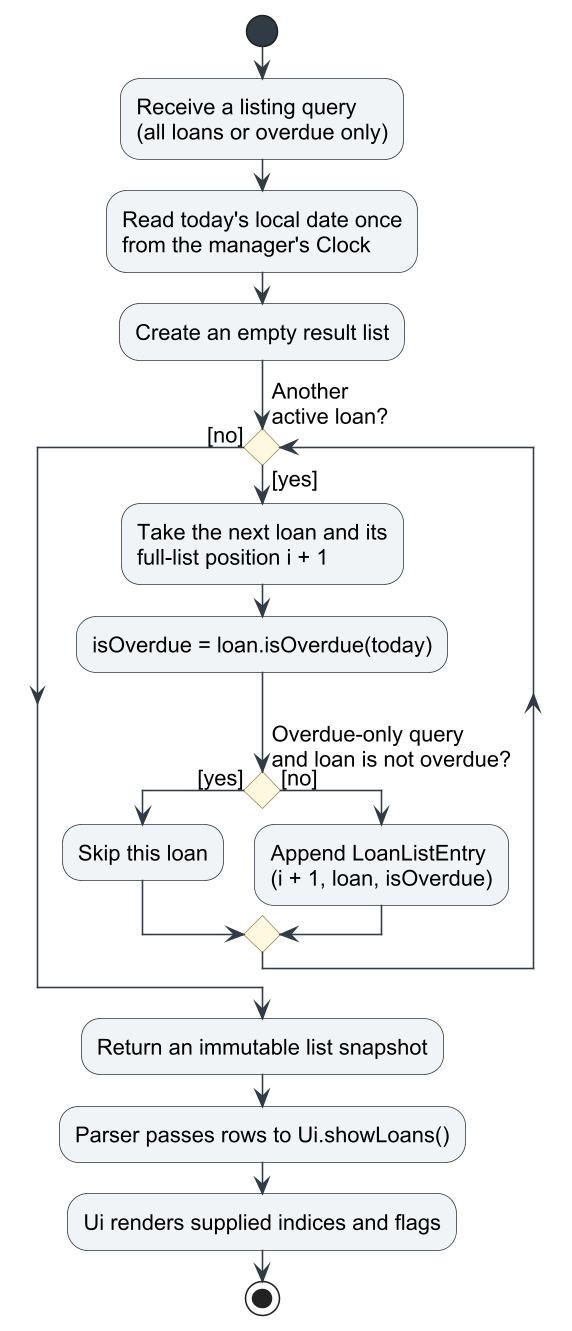
The PlantUML diagram docs/images/loan-overdue-activity.png in AY2627S1-CS2113-T11-3/tp, before a commit. The source it was exported from:
```plantuml
@startuml
!include loan-style.puml
skinparam conditionStyle diamond

start
:Receive a listing query\n(all loans or overdue only);
:Read today's local date once\nfrom the manager's Clock;
:Create an empty result list;
while (Another\nactive loan?) is ([yes])
    :Take the next loan and its\nfull-list position i + 1;
    :isOverdue = loan.isOverdue(today);
    if (Overdue-only query\nand loan is not overdue?) then ([yes])
        :Skip this loan;
    else ([no])
        :Append LoanListEntry\n(i + 1, loan, isOverdue);
    endif
endwhile ([no])
:Return an immutable list snapshot;
:Parser passes rows to Ui.showLoans();
:Ui renders supplied indices and flags;
stop
@enduml
```
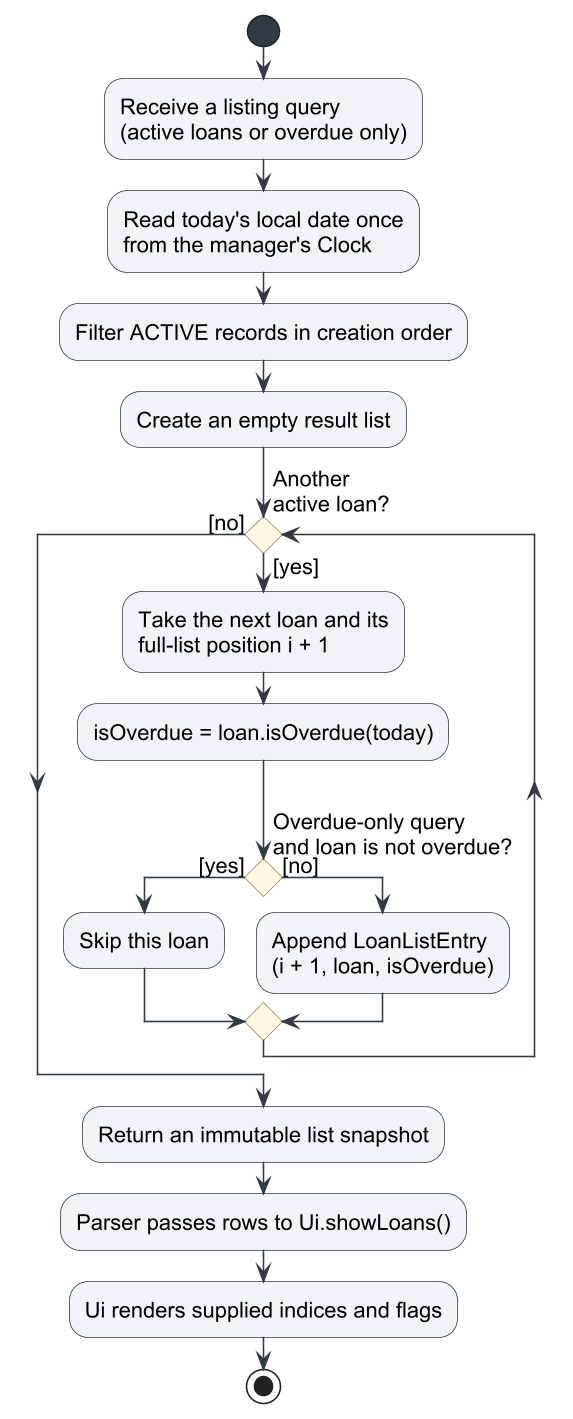
After the change.

The edit, as a diff of the source:
```diff
@@ -3,8 +3,9 @@
 skinparam conditionStyle diamond
 
 start
-:Receive a listing query\n(all loans or overdue only);
+:Receive a listing query\n(active loans or overdue only);
 :Read today's local date once\nfrom the manager's Clock;
+:Filter ACTIVE records in creation order;
 :Create an empty result list;
 while (Another\nactive loan?) is ([yes])
     :Take the next loan and its\nfull-list position i + 1;
```
